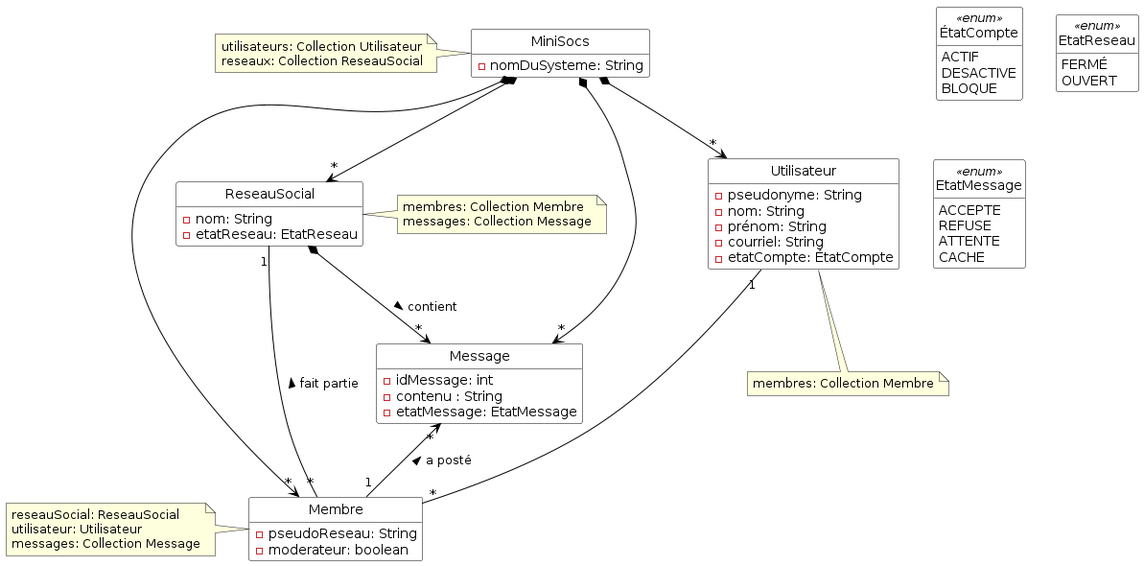
This is Diagrammes/minisocs_uml_diag_classes_sans_notif.png from ThELud0/Minisocs, a PlantUML export, as it was before one commit.
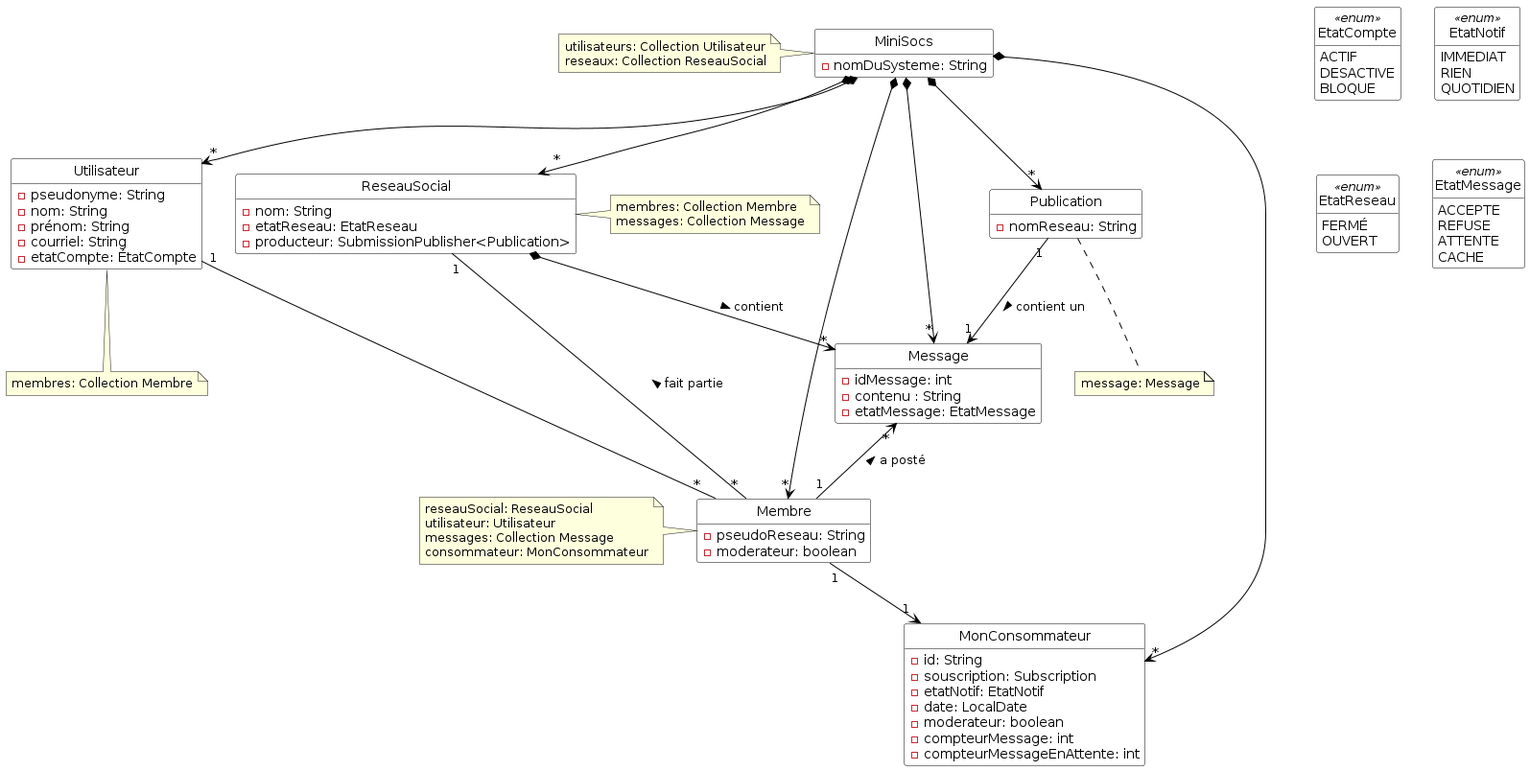
The same file after the commit.

What changed in the source:
```diff
@@ -24,7 +24,7 @@
 }
 note bottom of Utilisateur: membres: Collection Membre
 
-enum ÉtatCompte <<enum>> {
+enum EtatCompte <<enum>> {
   ACTIF
   DESACTIVE
   BLOQUE
@@ -34,12 +34,34 @@
   - moderateur: boolean
 }
 
-note left of Membre: reseauSocial: ReseauSocial\nutilisateur: Utilisateur\nmessages: Collection Message
+note left of Membre: reseauSocial: ReseauSocial\nutilisateur: Utilisateur\nmessages: Collection Message\nconsommateur: MonConsommateur
+
+enum EtatNotif <<enum>> {
+  IMMEDIAT
+  RIEN
+  QUOTIDIEN
+}
+
+class MonConsommateur {
+  - id: String
+  - souscription: Subscription
+  - etatNotif: EtatNotif
+  - date: LocalDate
+  - moderateur: boolean
+  - compteurMessage: int
+  - compteurMessageEnAttente: int
+}
+
+class Publication {
+  - nomReseau: String
+}
+note bottom of Publication: message: Message
 
 
 class ReseauSocial {
   - nom: String
   - etatReseau: EtatReseau
+  - producteur: SubmissionPublisher<Publication>
 }
 
 note right of ReseauSocial: membres: Collection Membre\nmessages: Collection Message
@@ -64,7 +86,11 @@
 MiniSocs *--> "*" Membre
 MiniSocs *--> "*" Message
 MiniSocs *--> "*" ReseauSocial
+MiniSocs *--> "*" MonConsommateur
+MiniSocs *--> "*" Publication
 Utilisateur "1" -- "*" Membre
+Membre "1" --> "1" MonConsommateur
+Publication "1" --> "1" Message : > contient un
 ReseauSocial "1" -- "*" Membre : < fait partie
 Message "*"<-- "1" Membre : < a posté
 ReseauSocial *--> "*" Message : > contient
```
